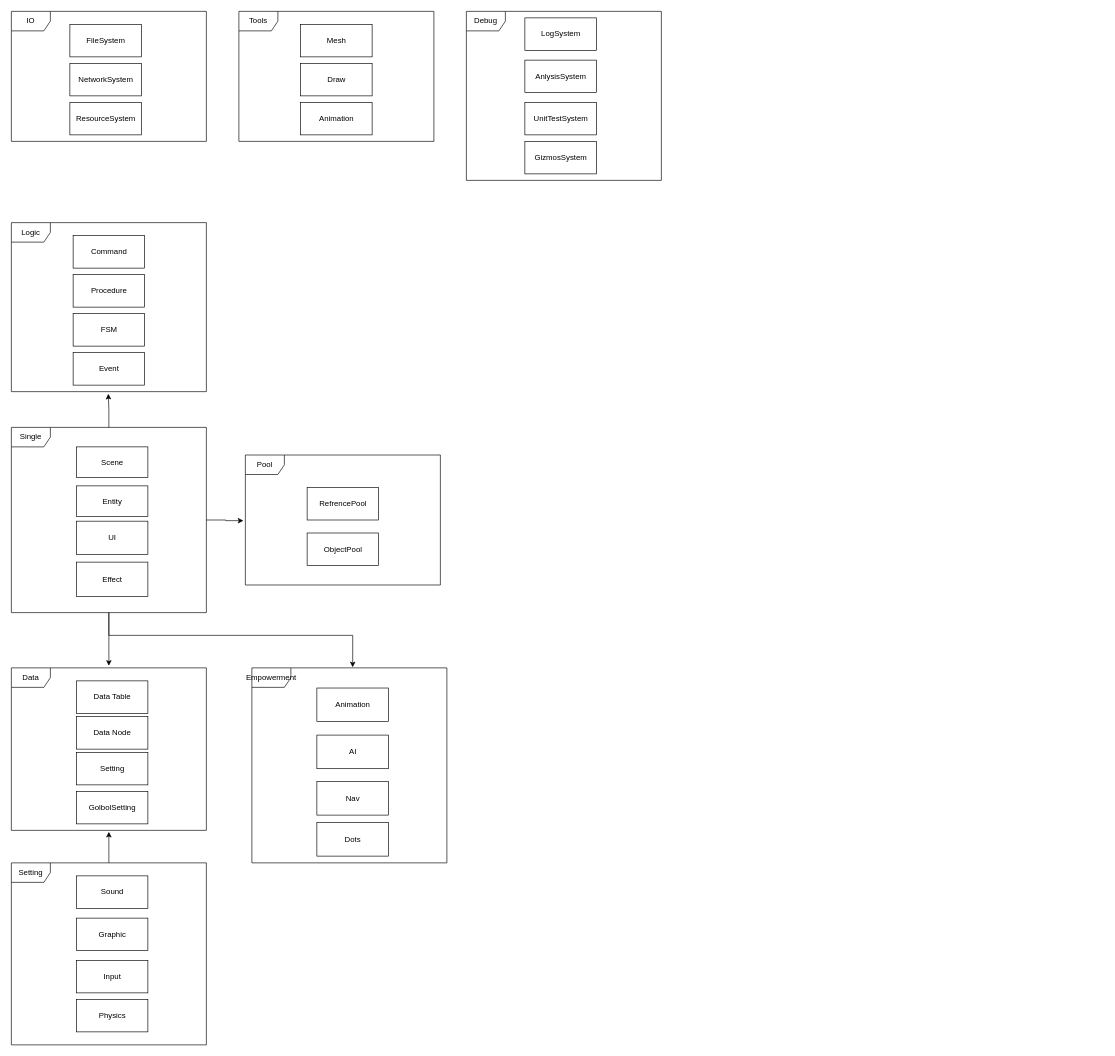
Before: Untitled Diagram.drawio in DeadlySoul/Unity3D, a draw.io diagram. Source tidied: cells renumbered, new cells numbered last; positions are measured from the earlier drawing's top-left corner, leaving out a move shared by most shapes. Both pictures are drawn from the tidied source at 65%, with x=0, y=0 at pixel (11, 11).
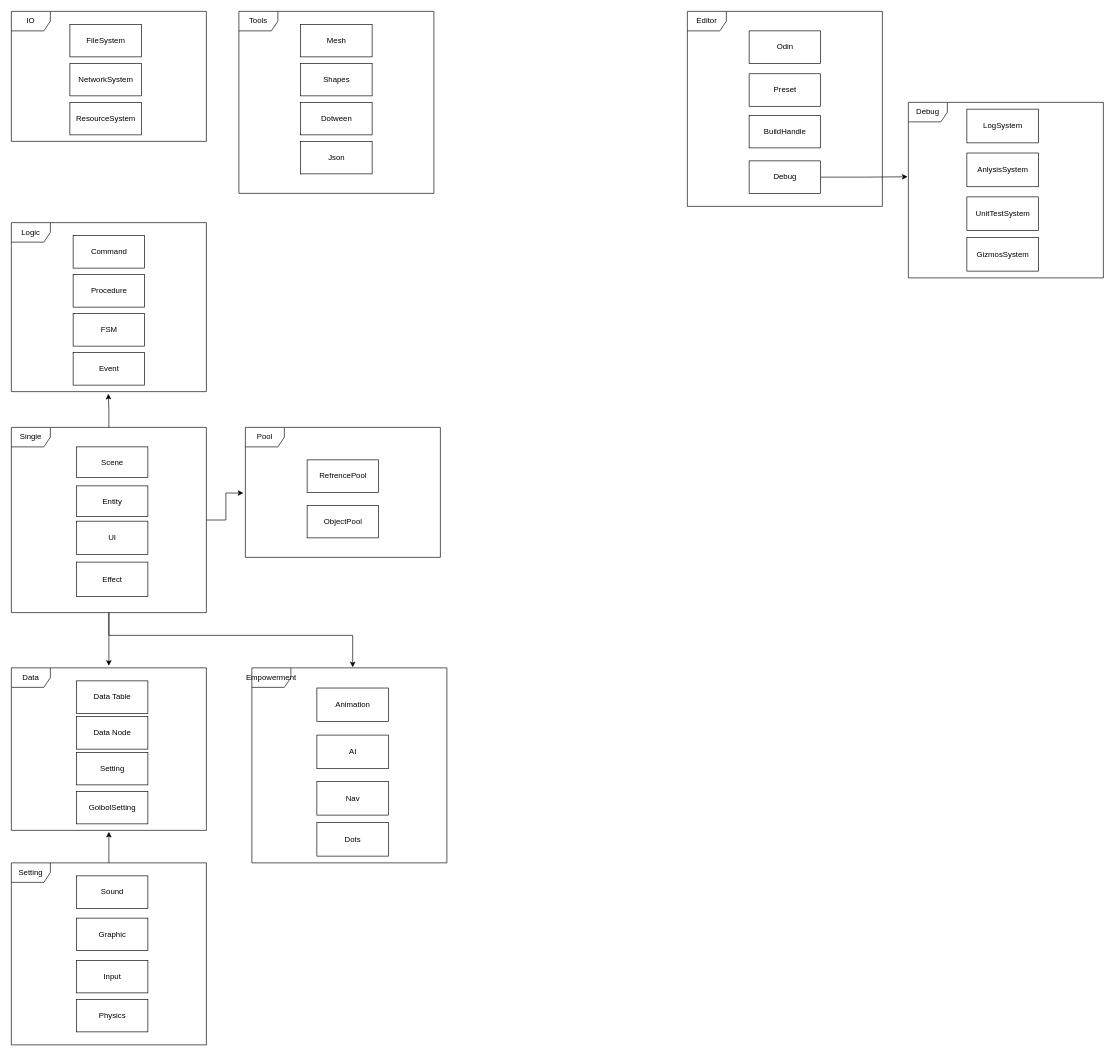
The same page after the edit.

Change to the diagram source:
```diff
@@
     <mxCell id="8" style="group;" parent="1" vertex="1">
-      <mxGeometry x="700" width="300" height="260" as="geometry" />
+      <mxGeometry x="1380" y="140" width="300" height="270" as="geometry" />
     </mxCell>
     <mxCell id="9" value="Debug" style="shape=umlFrame;whiteSpace=wrap;html=1;" parent="8" vertex="1">
-      <mxGeometry width="300" height="260" as="geometry" />
+      <mxGeometry width="300" height="270" as="geometry" />
     </mxCell>
     <mxCell id="10" value="LogSystem" style="html=1;" parent="8" vertex="1">
-      <mxGeometry x="90" y="10" width="110" height="50" as="geometry" />
+      <mxGeometry x="90" y="10.4" width="110" height="51.9" as="geometry" />
     </mxCell>
     <mxCell id="11" value="AnlysisSystem" style="html=1;" parent="8" vertex="1">
-      <mxGeometry x="90" y="75" width="110" height="50" as="geometry" />
+      <mxGeometry x="90" y="77.9" width="110" height="51.9" as="geometry" />
     </mxCell>
     <mxCell id="12" value="UnitTestSystem" style="html=1;" parent="8" vertex="1">
-      <mxGeometry x="90" y="140" width="110" height="50" as="geometry" />
+      <mxGeometry x="90" y="145.4" width="110" height="51.9" as="geometry" />
     </mxCell>
     <mxCell id="13" value="GizmosSystem" style="html=1;" parent="8" vertex="1">
-      <mxGeometry x="90" y="200" width="110" height="50" as="geometry" />
+      <mxGeometry x="90" y="207.7" width="110" height="51.9" as="geometry" />
     </mxCell>
@@
     <mxCell id="20" style="group;" parent="1" vertex="1">
-      <mxGeometry x="360" y="682.5" width="300" height="200" as="geometry" />
+      <mxGeometry x="360" y="640" width="300" height="200" as="geometry" />
     </mxCell>
@@
-    <mxCell id="50" style="group;" parent="1" vertex="1">
-      <mxGeometry x="350" width="300" height="200" as="geometry" />
-    </mxCell>
-    <mxCell id="51" value="Tools" style="shape=umlFrame;whiteSpace=wrap;html=1;" parent="50" vertex="1">
-      <mxGeometry width="300" height="200" as="geometry" />
+    <mxCell id="51" value="Tools" style="shape=umlFrame;whiteSpace=wrap;html=1;" parent="1" vertex="1">
+      <mxGeometry x="350" width="300" height="280" as="geometry" />
     </mxCell>
-    <mxCell id="52" value="Mesh" style="html=1;" parent="50" vertex="1">
-      <mxGeometry x="95" y="20" width="110" height="50" as="geometry" />
+    <mxCell id="52" value="Mesh" style="html=1;" parent="1" vertex="1">
+      <mxGeometry x="445" y="20" width="110" height="50" as="geometry" />
     </mxCell>
-    <mxCell id="53" value="Draw" style="html=1;" parent="50" vertex="1">
-      <mxGeometry x="95" y="80" width="110" height="50" as="geometry" />
+    <mxCell id="53" value="Shapes" style="html=1;" parent="1" vertex="1">
+      <mxGeometry x="445" y="80" width="110" height="50" as="geometry" />
     </mxCell>
-    <mxCell id="54" value="Animation" style="html=1;" parent="50" vertex="1">
-      <mxGeometry x="95" y="140" width="110" height="50" as="geometry" />
+    <mxCell id="54" value="Dotween" style="html=1;" parent="1" vertex="1">
+      <mxGeometry x="445" y="140" width="110" height="50" as="geometry" />
     </mxCell>
+    <mxCell id="55" value="Json" style="html=1;" parent="1" vertex="1">
+      <mxGeometry x="445" y="200" width="110" height="50" as="geometry" />
+    </mxCell>
+    <mxCell id="56" value="Editor" style="shape=umlFrame;whiteSpace=wrap;html=1;" parent="1" vertex="1">
+      <mxGeometry x="1040" width="300" height="300" as="geometry" />
+    </mxCell>
+    <mxCell id="57" value="Odin" style="html=1;" parent="1" vertex="1">
+      <mxGeometry x="1135" y="30" width="110" height="50" as="geometry" />
+    </mxCell>
+    <mxCell id="58" value="Preset" style="html=1;" parent="1" vertex="1">
+      <mxGeometry x="1135" y="96" width="110" height="50" as="geometry" />
+    </mxCell>
+    <mxCell id="59" value="BuildHandle" style="html=1;" parent="1" vertex="1">
+      <mxGeometry x="1135" y="160" width="110" height="50" as="geometry" />
+    </mxCell>
+    <mxCell id="60" style="edgeStyle=orthogonalEdgeStyle;rounded=0;jettySize=auto;html=1;entryX=-0.004;entryY=0.424;entryDx=0;entryDy=0;entryPerimeter=0;" parent="1" edge="1" source="61" target="9">
+      <mxGeometry relative="1" as="geometry" />
+    </mxCell>
+    <mxCell id="61" value="Debug" style="html=1;" parent="1" vertex="1">
+      <mxGeometry x="1135" y="230" width="110" height="50" as="geometry" />
+    </mxCell>
```
